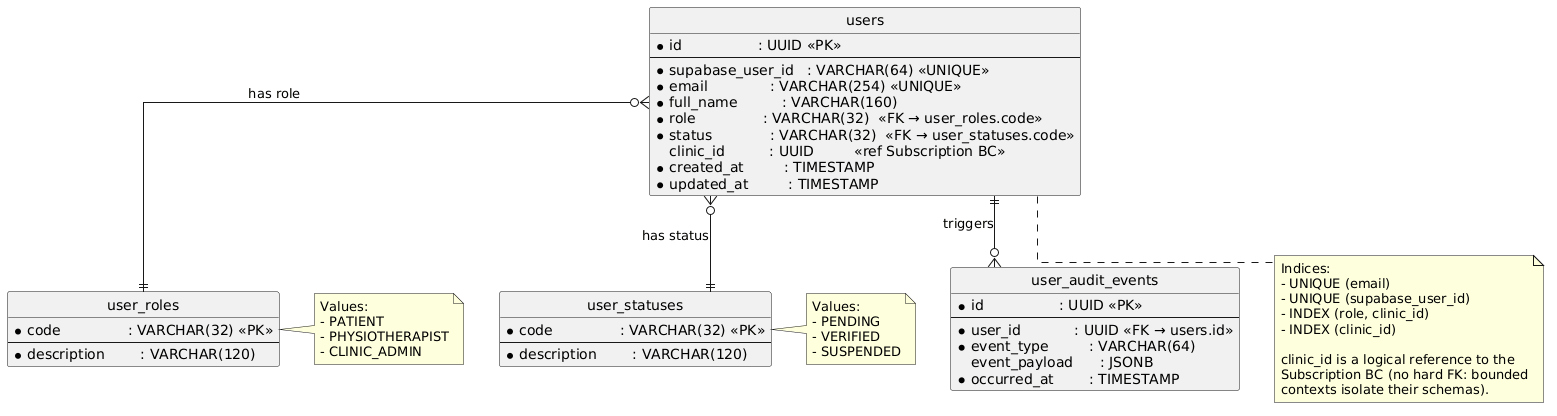
Earlier version of the PlantUML export assets/diagrams/database/erd/out/iam-database-design-diagram.png (kiniot/uflex-project-report).
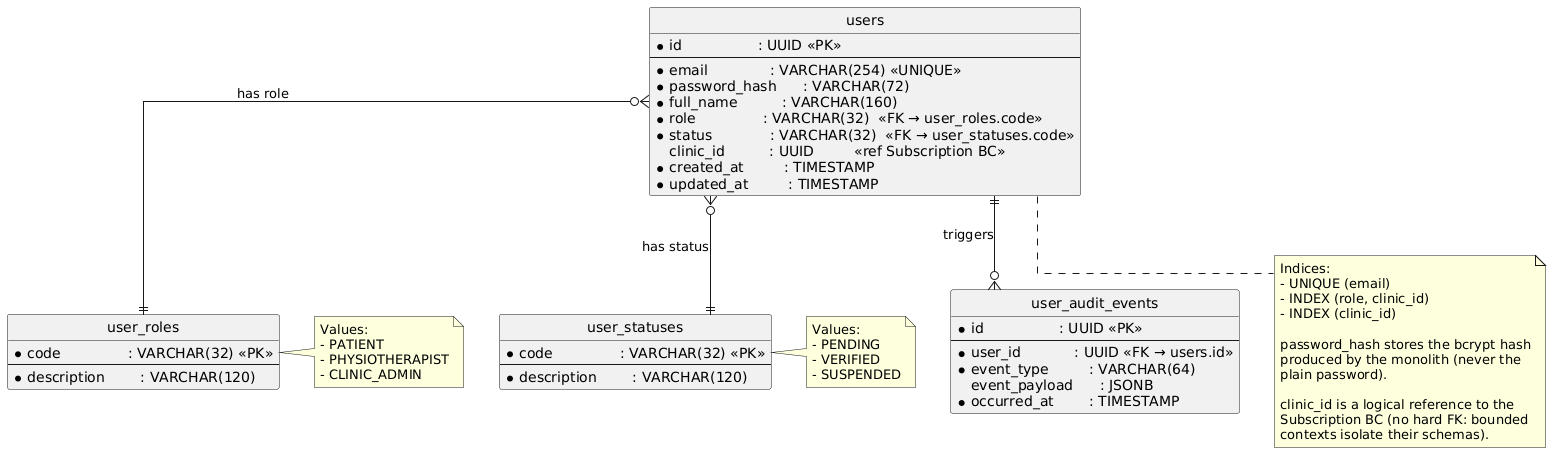
Later version of the same file.

Commit message:
docs(chapter-4): replace Supabase Auth with bcrypt + JWT in IAM diagrams

What changed in the source:
```diff
@@ -13,8 +13,8 @@
 table(users) {
   * id                 : UUID <<PK>>
   --
-  * supabase_user_id   : VARCHAR(64) <<UNIQUE>>
   * email              : VARCHAR(254) <<UNIQUE>>
+  * password_hash      : VARCHAR(72)
   * full_name          : VARCHAR(160)
   * role               : VARCHAR(32)  <<FK → user_roles.code>>
   * status             : VARCHAR(32)  <<FK → user_statuses.code>>
@@ -63,9 +63,12 @@
 note bottom of users
   Indices:
   - UNIQUE (email)
-  - UNIQUE (supabase_user_id)
   - INDEX (role, clinic_id)
   - INDEX (clinic_id)
+
+  password_hash stores the bcrypt hash
+  produced by the monolith (never the
+  plain password).
 
   clinic_id is a logical reference to the
   Subscription BC (no hard FK: bounded
```
